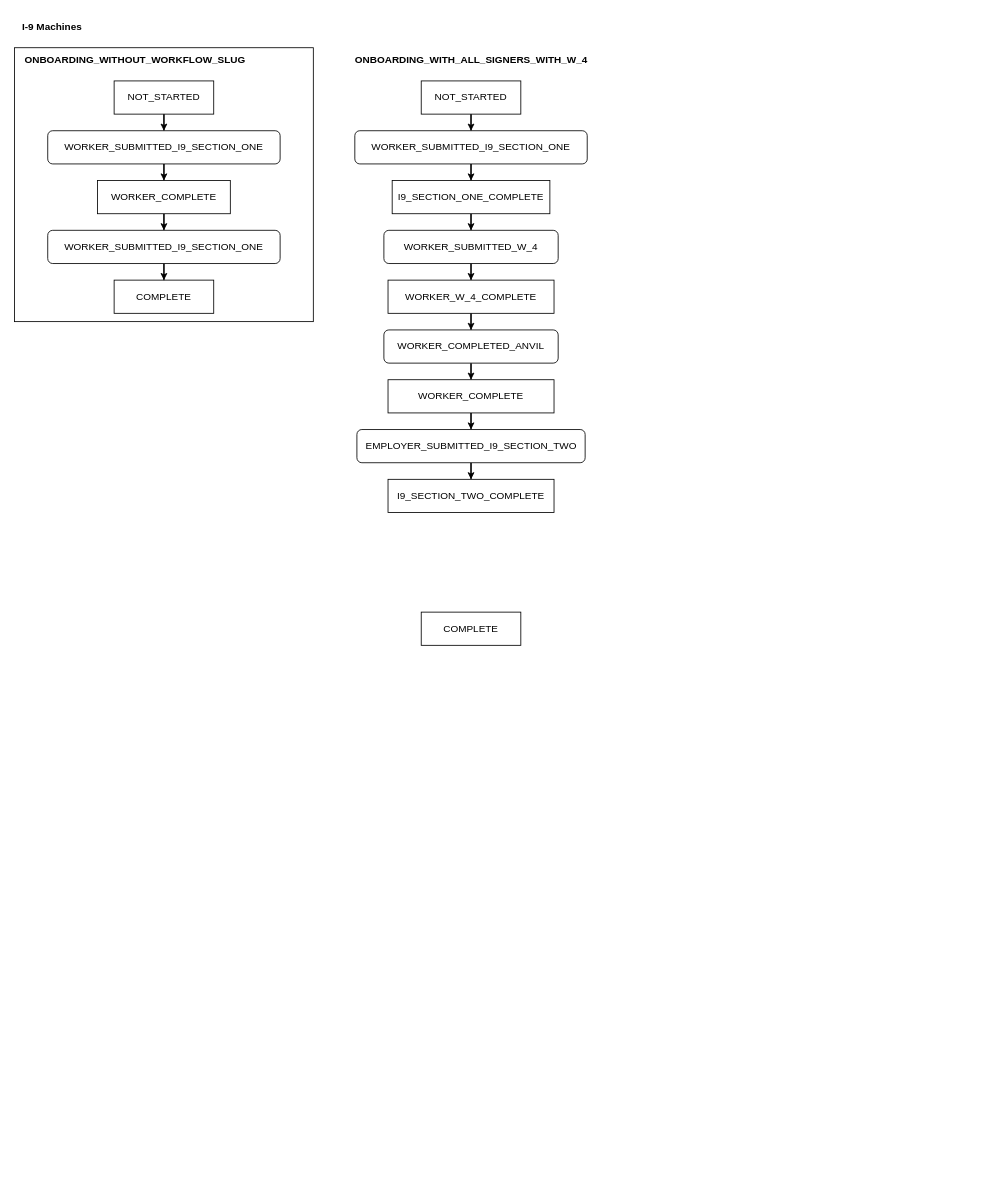
Above: state machines.drawio in baldore/angelo (draw.io), before the change. Source tidied: cells renumbered, new cells numbered last; positions are measured from the earlier drawing's top-left corner, leaving out a move shared by most shapes. Both pictures are drawn from the tidied source at 83%, with x=0, y=0 at pixel (14, 14).
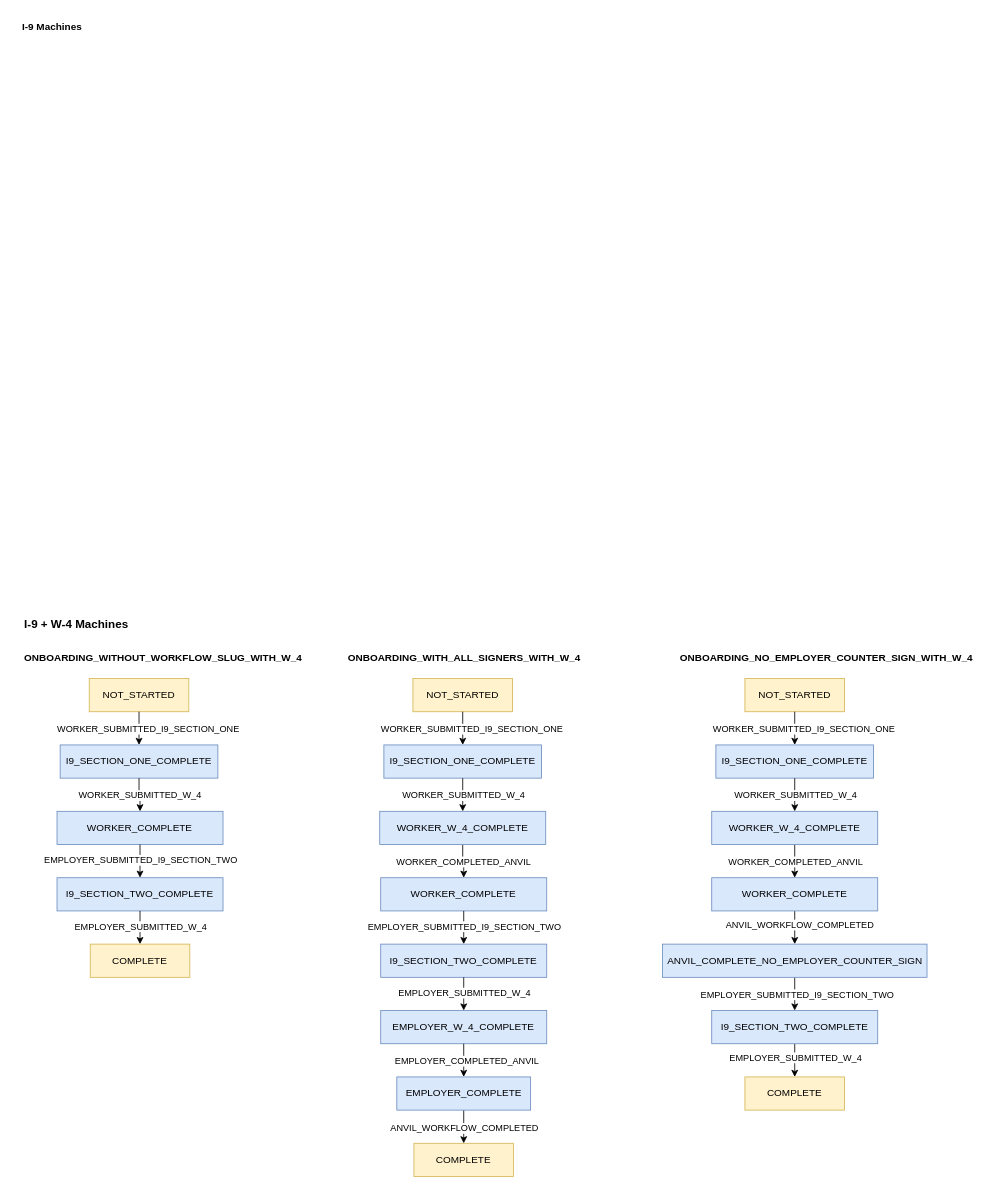
After the change.

The edit, as a diff of the source:
```diff
@@
-    <mxCell id="3" style="group;" parent="1" vertex="1">
-      <mxGeometry y="40" width="360" height="330" as="geometry" />
-    </mxCell>
-    <mxCell id="4" style="whiteSpace=wrap;html=1;" parent="3" vertex="1">
-      <mxGeometry width="360" height="330" as="geometry" />
-    </mxCell>
-    <mxCell id="5" style="edgeStyle=orthogonalEdgeStyle;rounded=0;jettySize=auto;html=1;" parent="3" edge="1" source="6" target="9">
-      <mxGeometry relative="1" as="geometry" />
-    </mxCell>
-    <mxCell id="6" value="NOT_STARTED" style="whiteSpace=wrap;html=1;" parent="3" vertex="1">
-      <mxGeometry x="120" y="40" width="120" height="40" as="geometry" />
-    </mxCell>
-    <mxCell id="7" value="COMPLETE" style="whiteSpace=wrap;html=1;" parent="3" vertex="1">
-      <mxGeometry x="120" y="280" width="120" height="40" as="geometry" />
-    </mxCell>
-    <mxCell id="8" style="edgeStyle=orthogonalEdgeStyle;rounded=0;jettySize=auto;html=1;entryX=0.5;entryY=0;entryDx=0;entryDy=0;" parent="3" edge="1" source="9" target="11">
-      <mxGeometry relative="1" as="geometry" />
-    </mxCell>
-    <mxCell id="9" value="WORKER_SUBMITTED_I9_SECTION_ONE" style="rounded=1;whiteSpace=wrap;html=1;" parent="3" vertex="1">
-      <mxGeometry x="40" y="100" width="280" height="40" as="geometry" />
-    </mxCell>
-    <mxCell id="10" style="edgeStyle=orthogonalEdgeStyle;rounded=0;jettySize=auto;html=1;entryX=0.5;entryY=0;entryDx=0;entryDy=0;" parent="3" edge="1" source="11" target="13">
-      <mxGeometry relative="1" as="geometry" />
-    </mxCell>
-    <mxCell id="11" value="WORKER_COMPLETE" style="whiteSpace=wrap;html=1;" parent="3" vertex="1">
-      <mxGeometry x="100" y="160" width="160" height="40" as="geometry" />
-    </mxCell>
-    <mxCell id="12" style="edgeStyle=orthogonalEdgeStyle;rounded=0;jettySize=auto;html=1;" parent="3" edge="1" source="13" target="7">
-      <mxGeometry relative="1" as="geometry" />
-    </mxCell>
-    <mxCell id="13" value="WORKER_SUBMITTED_I9_SECTION_ONE" style="rounded=1;whiteSpace=wrap;html=1;" parent="3" vertex="1">
-      <mxGeometry x="40" y="220" width="280" height="40" as="geometry" />
-    </mxCell>
-    <mxCell id="14" value="ONBOARDING_WITHOUT_WORKFLOW_SLUG" style="text;html=1;align=center;verticalAlign=middle;strokeColor=none;fillColor=none;fontStyle=1;" parent="3" vertex="1">
-      <mxGeometry width="290" height="30" as="geometry" />
-    </mxCell>
-    <mxCell id="15" style="edgeStyle=orthogonalEdgeStyle;rounded=0;jettySize=auto;html=1;" parent="1" edge="1" source="16" target="19">
-      <mxGeometry relative="1" as="geometry" />
-    </mxCell>
-    <mxCell id="16" value="NOT_STARTED" style="whiteSpace=wrap;html=1;" parent="1" vertex="1">
-      <mxGeometry x="490" y="80" width="120" height="40" as="geometry" />
-    </mxCell>
-    <mxCell id="17" value="COMPLETE" style="whiteSpace=wrap;html=1;" parent="1" vertex="1">
-      <mxGeometry x="490" y="720" width="120" height="40" as="geometry" />
-    </mxCell>
-    <mxCell id="18" style="edgeStyle=orthogonalEdgeStyle;rounded=0;jettySize=auto;html=1;entryX=0.5;entryY=0;entryDx=0;entryDy=0;" parent="1" edge="1" source="19" target="21">
-      <mxGeometry relative="1" as="geometry" />
-    </mxCell>
-    <mxCell id="19" value="WORKER_SUBMITTED_I9_SECTION_ONE" style="rounded=1;whiteSpace=wrap;html=1;" parent="1" vertex="1">
-      <mxGeometry x="410" y="140" width="280" height="40" as="geometry" />
-    </mxCell>
-    <mxCell id="20" style="edgeStyle=orthogonalEdgeStyle;rounded=0;jettySize=auto;html=1;entryX=0.5;entryY=0;entryDx=0;entryDy=0;" parent="1" edge="1" source="21" target="24">
-      <mxGeometry relative="1" as="geometry" />
-    </mxCell>
-    <mxCell id="21" value="I9_SECTION_ONE_COMPLETE" style="whiteSpace=wrap;html=1;" parent="1" vertex="1">
-      <mxGeometry x="455" y="200" width="190" height="40" as="geometry" />
-    </mxCell>
+    <mxCell id="34" value="I-9 + W-4 Machines" style="text;html=1;align=left;verticalAlign=middle;strokeColor=none;fillColor=none;fontStyle=1;fontSize=14;" parent="1" vertex="1">
+      <mxGeometry x="10" y="720" width="140" height="30" as="geometry" />
+    </mxCell>
+    <mxCell id="35" value="NOT_STARTED" style="whiteSpace=wrap;html=1;fillColor=#fff2cc;strokeColor=#d6b656;" parent="1" vertex="1">
+      <mxGeometry x="90" y="800" width="120" height="40" as="geometry" />
+    </mxCell>
+    <mxCell id="36" value="COMPLETE" style="whiteSpace=wrap;html=1;fillColor=#fff2cc;strokeColor=#d6b656;" parent="1" vertex="1">
+      <mxGeometry x="91.2" y="1120" width="120" height="40" as="geometry" />
+    </mxCell>
+    <mxCell id="37" style="edgeStyle=orthogonalEdgeStyle;rounded=0;jettySize=auto;html=1;entryX=0.5;entryY=0;entryDx=0;entryDy=0;exitX=0.5;exitY=1;exitDx=0;exitDy=0;" parent="1" edge="1" source="35" target="39">
+      <mxGeometry relative="1" as="geometry" />
+    </mxCell>
+    <mxCell id="38" value="WORKER_SUBMITTED_I9_SECTION_ONE" style="edgeLabel;html=1;align=center;verticalAlign=middle;" parent="37" vertex="1">
+      <mxGeometry y="2" relative="1" as="geometry">
+        <mxPoint x="8" as="offset" />
+      </mxGeometry>
+    </mxCell>
+    <mxCell id="39" value="I9_SECTION_ONE_COMPLETE" style="whiteSpace=wrap;html=1;fillColor=#dae8fc;strokeColor=#6c8ebf;" parent="1" vertex="1">
+      <mxGeometry x="55" y="880" width="190" height="40" as="geometry" />
+    </mxCell>
+    <mxCell id="40" value="&lt;div&gt;ONBOARDING_WITHOUT_WORKFLOW_SLUG_WITH_W_4&lt;/div&gt;" style="text;html=1;align=left;verticalAlign=middle;strokeColor=none;fillColor=none;fontStyle=1;fontSize=12;" parent="1" vertex="1">
+      <mxGeometry x="10" y="760" width="350" height="30" as="geometry" />
+    </mxCell>
+    <mxCell id="41" style="edgeStyle=orthogonalEdgeStyle;rounded=0;jettySize=auto;html=1;exitX=0.5;exitY=1;exitDx=0;exitDy=0;entryX=0.5;entryY=0;entryDx=0;entryDy=0;" parent="1" edge="1" source="39" target="43">
+      <mxGeometry relative="1" as="geometry" />
+    </mxCell>
+    <mxCell id="42" value="WORKER_SUBMITTED_W_4" style="edgeLabel;html=1;align=center;verticalAlign=middle;" parent="41" vertex="1">
+      <mxGeometry x="-0.2" y="-2" relative="1" as="geometry">
+        <mxPoint x="2" y="4" as="offset" />
+      </mxGeometry>
+    </mxCell>
+    <mxCell id="43" value="WORKER_COMPLETE" style="whiteSpace=wrap;html=1;fillColor=#dae8fc;strokeColor=#6c8ebf;" parent="1" vertex="1">
+      <mxGeometry x="51.2" y="960" width="200" height="40" as="geometry" />
+    </mxCell>
+    <mxCell id="44" style="edgeStyle=orthogonalEdgeStyle;rounded=0;jettySize=auto;html=1;exitX=0.5;exitY=1;exitDx=0;exitDy=0;" parent="1" edge="1" source="43" target="46">
+      <mxGeometry relative="1" as="geometry" />
+    </mxCell>
+    <mxCell id="45" value="EMPLOYER_SUBMITTED_I9_SECTION_TWO" style="edgeLabel;html=1;align=center;verticalAlign=middle;" parent="44" vertex="1">
+      <mxGeometry x="-0.1" relative="1" as="geometry" />
+    </mxCell>
+    <mxCell id="46" value="I9_SECTION_TWO_COMPLETE" style="whiteSpace=wrap;html=1;fillColor=#dae8fc;strokeColor=#6c8ebf;" parent="1" vertex="1">
+      <mxGeometry x="51.2" y="1040" width="200" height="40" as="geometry" />
+    </mxCell>
+    <mxCell id="47" style="edgeStyle=orthogonalEdgeStyle;rounded=0;jettySize=auto;html=1;exitX=0.5;exitY=1;exitDx=0;exitDy=0;entryX=0.5;entryY=0;entryDx=0;entryDy=0;" parent="1" edge="1" source="46" target="36">
+      <mxGeometry relative="1" as="geometry" />
+    </mxCell>
+    <mxCell id="48" value="EMPLOYER_SUBMITTED_W_4" style="edgeLabel;html=1;align=center;verticalAlign=middle;" parent="47" vertex="1">
+      <mxGeometry x="-0.1" relative="1" as="geometry" />
+    </mxCell>
+    <mxCell id="49" value="NOT_STARTED" style="whiteSpace=wrap;html=1;fillColor=#fff2cc;strokeColor=#d6b656;" parent="1" vertex="1">
+      <mxGeometry x="480" y="800" width="120" height="40" as="geometry" />
+    </mxCell>
+    <mxCell id="50" value="COMPLETE" style="whiteSpace=wrap;html=1;fillColor=#fff2cc;strokeColor=#d6b656;" parent="1" vertex="1">
+      <mxGeometry x="481.2" y="1360" width="120" height="40" as="geometry" />
+    </mxCell>
+    <mxCell id="51" style="edgeStyle=orthogonalEdgeStyle;rounded=0;jettySize=auto;html=1;entryX=0.5;entryY=0;entryDx=0;entryDy=0;exitX=0.5;exitY=1;exitDx=0;exitDy=0;" parent="1" edge="1" source="49" target="53">
+      <mxGeometry relative="1" as="geometry" />
+    </mxCell>
+    <mxCell id="52" value="WORKER_SUBMITTED_I9_SECTION_ONE" style="edgeLabel;html=1;align=center;verticalAlign=middle;" parent="51" vertex="1">
+      <mxGeometry y="2" relative="1" as="geometry">
+        <mxPoint x="8" as="offset" />
+      </mxGeometry>
+    </mxCell>
+    <mxCell id="53" value="I9_SECTION_ONE_COMPLETE" style="whiteSpace=wrap;html=1;fillColor=#dae8fc;strokeColor=#6c8ebf;" parent="1" vertex="1">
+      <mxGeometry x="445" y="880" width="190" height="40" as="geometry" />
+    </mxCell>
-    <mxCell id="22" value="ONBOARDING_WITH_ALL_SIGNERS_WITH_W_4" style="text;html=1;align=center;verticalAlign=middle;strokeColor=none;fillColor=none;fontStyle=1;" parent="1" vertex="1">
-      <mxGeometry x="400" y="40" width="300" height="30" as="geometry" />
+    <mxCell id="22" value="ONBOARDING_WITH_ALL_SIGNERS_WITH_W_4" style="text;html=1;align=left;verticalAlign=middle;strokeColor=none;fillColor=none;fontStyle=1;fontSize=12;" parent="1" vertex="1">
+      <mxGeometry x="400" y="760" width="300" height="30" as="geometry" />
     </mxCell>
-    <mxCell id="23" style="edgeStyle=orthogonalEdgeStyle;rounded=0;jettySize=auto;html=1;" parent="1" edge="1" source="24" target="26">
-      <mxGeometry relative="1" as="geometry" />
-    </mxCell>
-    <mxCell id="24" value="WORKER_SUBMITTED_W_4" style="rounded=1;whiteSpace=wrap;html=1;" parent="1" vertex="1">
-      <mxGeometry x="445" y="260" width="210" height="40" as="geometry" />
-    </mxCell>
-    <mxCell id="25" style="edgeStyle=orthogonalEdgeStyle;rounded=0;jettySize=auto;html=1;" parent="1" edge="1" source="26" target="28">
-      <mxGeometry relative="1" as="geometry" />
-    </mxCell>
-    <mxCell id="26" value="WORKER_W_4_COMPLETE" style="whiteSpace=wrap;html=1;" parent="1" vertex="1">
-      <mxGeometry x="450" y="320" width="200" height="40" as="geometry" />
-    </mxCell>
-    <mxCell id="27" style="edgeStyle=orthogonalEdgeStyle;rounded=0;jettySize=auto;html=1;" parent="1" edge="1" source="28" target="30">
-      <mxGeometry relative="1" as="geometry" />
-    </mxCell>
-    <mxCell id="28" value="WORKER_COMPLETED_ANVIL" style="rounded=1;whiteSpace=wrap;html=1;" parent="1" vertex="1">
-      <mxGeometry x="445" y="380" width="210" height="40" as="geometry" />
-    </mxCell>
-    <mxCell id="29" style="edgeStyle=orthogonalEdgeStyle;rounded=0;jettySize=auto;html=1;" parent="1" edge="1" source="30" target="32">
-      <mxGeometry relative="1" as="geometry" />
-    </mxCell>
-    <mxCell id="30" value="WORKER_COMPLETE" style="whiteSpace=wrap;html=1;" parent="1" vertex="1">
-      <mxGeometry x="450" y="440" width="200" height="40" as="geometry" />
-    </mxCell>
-    <mxCell id="31" style="edgeStyle=orthogonalEdgeStyle;rounded=0;jettySize=auto;html=1;" parent="1" edge="1" source="32" target="33">
-      <mxGeometry relative="1" as="geometry" />
-    </mxCell>
-    <mxCell id="32" value="EMPLOYER_SUBMITTED_I9_SECTION_TWO" style="rounded=1;whiteSpace=wrap;html=1;" parent="1" vertex="1">
-      <mxGeometry x="412.5" y="500" width="275" height="40" as="geometry" />
-    </mxCell>
-    <mxCell id="33" value="I9_SECTION_TWO_COMPLETE" style="whiteSpace=wrap;html=1;" parent="1" vertex="1">
-      <mxGeometry x="450" y="560" width="200" height="40" as="geometry" />
-    </mxCell>
+    <mxCell id="54" style="edgeStyle=orthogonalEdgeStyle;rounded=0;jettySize=auto;html=1;exitX=0.5;exitY=1;exitDx=0;exitDy=0;" parent="1" edge="1" source="53" target="58">
+      <mxGeometry relative="1" as="geometry" />
+    </mxCell>
+    <mxCell id="55" value="WORKER_SUBMITTED_W_4" style="edgeLabel;html=1;align=center;verticalAlign=middle;" parent="54" vertex="1">
+      <mxGeometry x="-0.2" y="-2" relative="1" as="geometry">
+        <mxPoint x="2" y="4" as="offset" />
+      </mxGeometry>
+    </mxCell>
+    <mxCell id="56" style="edgeStyle=orthogonalEdgeStyle;rounded=0;jettySize=auto;html=1;entryX=0.5;entryY=0;entryDx=0;entryDy=0;" parent="1" edge="1" source="58" target="59">
+      <mxGeometry relative="1" as="geometry" />
+    </mxCell>
+    <mxCell id="57" value="WORKER_COMPLETED_ANVIL" style="edgeLabel;html=1;align=center;verticalAlign=middle;" parent="56" vertex="1">
+      <mxGeometry x="-0.01" relative="1" as="geometry" />
+    </mxCell>
+    <mxCell id="58" value="WORKER_W_4_COMPLETE" style="whiteSpace=wrap;html=1;fillColor=#dae8fc;strokeColor=#6c8ebf;" parent="1" vertex="1">
+      <mxGeometry x="440" y="960" width="200" height="40" as="geometry" />
+    </mxCell>
+    <mxCell id="59" value="WORKER_COMPLETE" style="whiteSpace=wrap;html=1;fillColor=#dae8fc;strokeColor=#6c8ebf;" parent="1" vertex="1">
+      <mxGeometry x="441.2" y="1040" width="200" height="40" as="geometry" />
+    </mxCell>
+    <mxCell id="60" style="edgeStyle=orthogonalEdgeStyle;rounded=0;jettySize=auto;html=1;exitX=0.5;exitY=1;exitDx=0;exitDy=0;" parent="1" edge="1" source="59" target="62">
+      <mxGeometry relative="1" as="geometry" />
+    </mxCell>
+    <mxCell id="61" value="EMPLOYER_SUBMITTED_I9_SECTION_TWO" style="edgeLabel;html=1;align=center;verticalAlign=middle;" parent="60" vertex="1">
+      <mxGeometry x="-0.1" relative="1" as="geometry" />
+    </mxCell>
+    <mxCell id="62" value="I9_SECTION_TWO_COMPLETE" style="whiteSpace=wrap;html=1;fillColor=#dae8fc;strokeColor=#6c8ebf;" parent="1" vertex="1">
+      <mxGeometry x="441.2" y="1120" width="200" height="40" as="geometry" />
+    </mxCell>
+    <mxCell id="63" style="edgeStyle=orthogonalEdgeStyle;rounded=0;jettySize=auto;html=1;exitX=0.5;exitY=1;exitDx=0;exitDy=0;" parent="1" edge="1" source="62" target="65">
+      <mxGeometry relative="1" as="geometry" />
+    </mxCell>
+    <mxCell id="64" value="EMPLOYER_SUBMITTED_W_4" style="edgeLabel;html=1;align=center;verticalAlign=middle;" parent="63" vertex="1">
+      <mxGeometry x="-0.1" relative="1" as="geometry" />
+    </mxCell>
+    <mxCell id="65" value="EMPLOYER_W_4_COMPLETE" style="whiteSpace=wrap;html=1;fillColor=#dae8fc;strokeColor=#6c8ebf;" parent="1" vertex="1">
+      <mxGeometry x="441.2" y="1200" width="200" height="40" as="geometry" />
+    </mxCell>
+    <mxCell id="66" style="edgeStyle=orthogonalEdgeStyle;rounded=0;jettySize=auto;html=1;entryX=0.5;entryY=0;entryDx=0;entryDy=0;exitX=0.5;exitY=1;exitDx=0;exitDy=0;" parent="1" edge="1" source="65" target="70">
+      <mxGeometry relative="1" as="geometry" />
+    </mxCell>
+    <mxCell id="67" value="EMPLOYER_COMPLETED_ANVIL" style="edgeLabel;html=1;align=center;verticalAlign=middle;" parent="66" vertex="1">
+      <mxGeometry x="-0.01" y="3" relative="1" as="geometry" />
+    </mxCell>
+    <mxCell id="68" style="edgeStyle=orthogonalEdgeStyle;rounded=0;jettySize=auto;html=1;" parent="1" edge="1" source="70" target="50">
+      <mxGeometry relative="1" as="geometry" />
+    </mxCell>
+    <mxCell id="69" value="ANVIL_WORKFLOW_COMPLETED" style="edgeLabel;html=1;align=center;verticalAlign=middle;" parent="68" vertex="1">
+      <mxGeometry x="-0.15" relative="1" as="geometry">
+        <mxPoint y="4" as="offset" />
+      </mxGeometry>
+    </mxCell>
+    <mxCell id="70" value="EMPLOYER_COMPLETE" style="whiteSpace=wrap;html=1;fillColor=#dae8fc;strokeColor=#6c8ebf;" parent="1" vertex="1">
+      <mxGeometry x="460.6" y="1280" width="161.2" height="40" as="geometry" />
+    </mxCell>
+    <mxCell id="71" value="NOT_STARTED" style="whiteSpace=wrap;html=1;fillColor=#fff2cc;strokeColor=#d6b656;" parent="1" vertex="1">
+      <mxGeometry x="880" y="800" width="120" height="40" as="geometry" />
+    </mxCell>
+    <mxCell id="72" value="COMPLETE" style="whiteSpace=wrap;html=1;fillColor=#fff2cc;strokeColor=#d6b656;" parent="1" vertex="1">
+      <mxGeometry x="880" y="1280" width="120" height="40" as="geometry" />
+    </mxCell>
+    <mxCell id="73" style="edgeStyle=orthogonalEdgeStyle;rounded=0;jettySize=auto;html=1;entryX=0.5;entryY=0;entryDx=0;entryDy=0;exitX=0.5;exitY=1;exitDx=0;exitDy=0;" parent="1" edge="1" source="71" target="75">
+      <mxGeometry relative="1" as="geometry" />
+    </mxCell>
+    <mxCell id="74" value="WORKER_SUBMITTED_I9_SECTION_ONE" style="edgeLabel;html=1;align=center;verticalAlign=middle;" parent="73" vertex="1">
+      <mxGeometry y="2" relative="1" as="geometry">
+        <mxPoint x="8" as="offset" />
+      </mxGeometry>
+    </mxCell>
+    <mxCell id="75" value="I9_SECTION_ONE_COMPLETE" style="whiteSpace=wrap;html=1;fillColor=#dae8fc;strokeColor=#6c8ebf;" parent="1" vertex="1">
+      <mxGeometry x="845" y="880" width="190" height="40" as="geometry" />
+    </mxCell>
+    <mxCell id="76" value="ONBOARDING_NO_EMPLOYER_COUNTER_SIGN_WITH_W_4" style="text;html=1;align=left;verticalAlign=middle;strokeColor=none;fillColor=none;fontStyle=1;fontSize=12;" parent="1" vertex="1">
+      <mxGeometry x="800" y="760" width="370" height="30" as="geometry" />
+    </mxCell>
+    <mxCell id="77" style="edgeStyle=orthogonalEdgeStyle;rounded=0;jettySize=auto;html=1;exitX=0.5;exitY=1;exitDx=0;exitDy=0;" parent="1" edge="1" source="75" target="81">
+      <mxGeometry relative="1" as="geometry" />
+    </mxCell>
+    <mxCell id="78" value="WORKER_SUBMITTED_W_4" style="edgeLabel;html=1;align=center;verticalAlign=middle;" parent="77" vertex="1">
+      <mxGeometry x="-0.2" y="-2" relative="1" as="geometry">
+        <mxPoint x="2" y="4" as="offset" />
+      </mxGeometry>
+    </mxCell>
+    <mxCell id="79" style="edgeStyle=orthogonalEdgeStyle;rounded=0;jettySize=auto;html=1;entryX=0.5;entryY=0;entryDx=0;entryDy=0;" parent="1" edge="1" source="81" target="84">
+      <mxGeometry relative="1" as="geometry" />
+    </mxCell>
+    <mxCell id="80" value="WORKER_COMPLETED_ANVIL" style="edgeLabel;html=1;align=center;verticalAlign=middle;" parent="79" vertex="1">
+      <mxGeometry x="-0.01" relative="1" as="geometry" />
+    </mxCell>
+    <mxCell id="81" value="WORKER_W_4_COMPLETE" style="whiteSpace=wrap;html=1;fillColor=#dae8fc;strokeColor=#6c8ebf;" parent="1" vertex="1">
+      <mxGeometry x="840" y="960" width="200" height="40" as="geometry" />
+    </mxCell>
+    <mxCell id="82" style="edgeStyle=orthogonalEdgeStyle;rounded=0;jettySize=auto;html=1;entryX=0.5;entryY=0;entryDx=0;entryDy=0;" parent="1" edge="1" source="84" target="87">
+      <mxGeometry relative="1" as="geometry" />
+    </mxCell>
+    <mxCell id="83" value="ANVIL_WORKFLOW_COMPLETED" style="edgeLabel;html=1;align=center;verticalAlign=middle;" parent="82" vertex="1">
+      <mxGeometry x="-0.19" y="5" relative="1" as="geometry" />
+    </mxCell>
+    <mxCell id="84" value="WORKER_COMPLETE" style="whiteSpace=wrap;html=1;fillColor=#dae8fc;strokeColor=#6c8ebf;" parent="1" vertex="1">
+      <mxGeometry x="840" y="1040" width="200" height="40" as="geometry" />
+    </mxCell>
+    <mxCell id="85" style="edgeStyle=orthogonalEdgeStyle;rounded=0;jettySize=auto;html=1;entryX=0.5;entryY=0;entryDx=0;entryDy=0;" parent="1" edge="1" source="87" target="90">
+      <mxGeometry relative="1" as="geometry" />
+    </mxCell>
+    <mxCell id="86" value="EMPLOYER_SUBMITTED_I9_SECTION_TWO" style="edgeLabel;html=1;align=center;verticalAlign=middle;" parent="85" vertex="1">
+      <mxGeometry x="-0.01" y="2" relative="1" as="geometry" />
+    </mxCell>
+    <mxCell id="87" value="ANVIL_COMPLETE_NO_EMPLOYER_COUNTER_SIGN" style="whiteSpace=wrap;html=1;fillColor=#dae8fc;strokeColor=#6c8ebf;" parent="1" vertex="1">
+      <mxGeometry x="780.6" y="1120" width="318.8" height="40" as="geometry" />
+    </mxCell>
+    <mxCell id="88" style="edgeStyle=orthogonalEdgeStyle;rounded=0;jettySize=auto;html=1;entryX=0.5;entryY=0;entryDx=0;entryDy=0;" parent="1" edge="1" source="90" target="72">
+      <mxGeometry relative="1" as="geometry" />
+    </mxCell>
+    <mxCell id="89" value="EMPLOYER_SUBMITTED_W_4" style="edgeLabel;html=1;align=center;verticalAlign=middle;" parent="88" vertex="1">
+      <mxGeometry x="-0.19" relative="1" as="geometry" />
+    </mxCell>
+    <mxCell id="90" value="I9_SECTION_TWO_COMPLETE" style="whiteSpace=wrap;html=1;fillColor=#dae8fc;strokeColor=#6c8ebf;" parent="1" vertex="1">
+      <mxGeometry x="840" y="1200" width="200" height="40" as="geometry" />
+    </mxCell>
```
